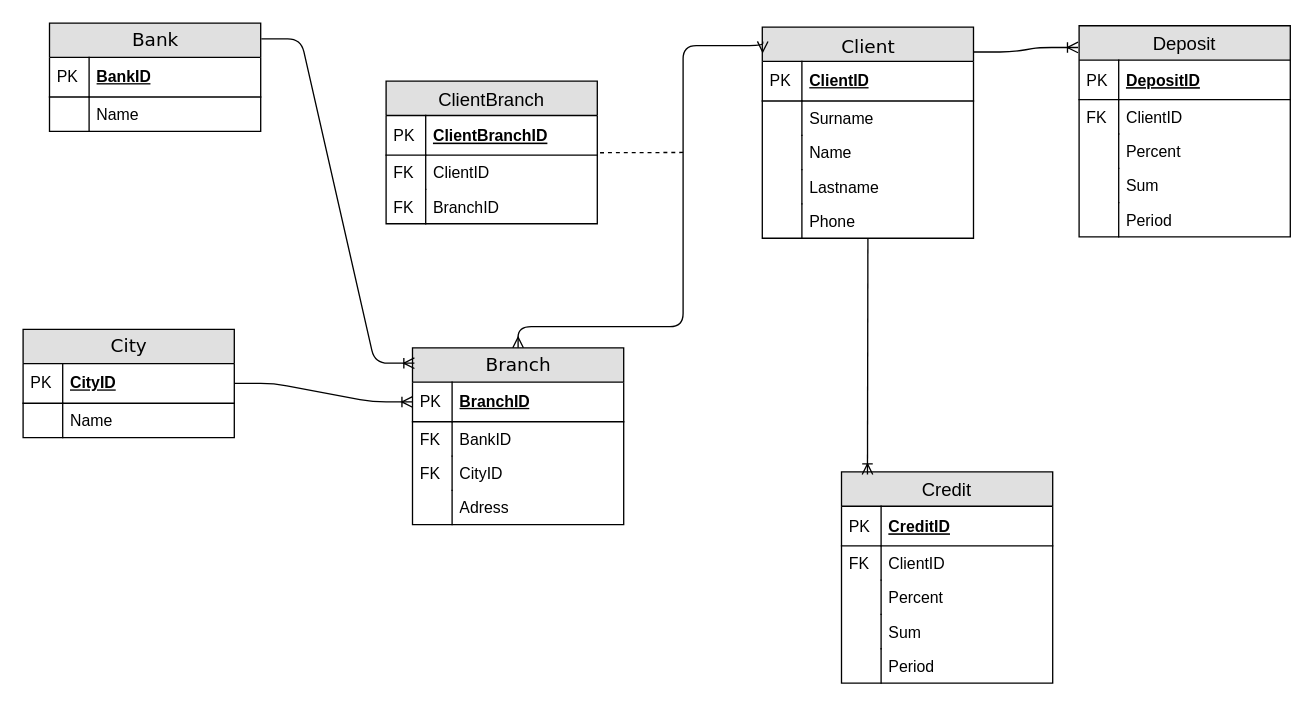
duxa2089/entity-relationship-model keeps this draw.io diagram as Untitled Diagram.drawio. Above is the earlier version. Source tidied: cells renumbered, new cells numbered last; positions are measured from the earlier drawing's top-left corner, leaving out a move shared by most shapes. Both pictures are drawn from the tidied source at 132%, with x=0, y=0 at pixel (22, 22).
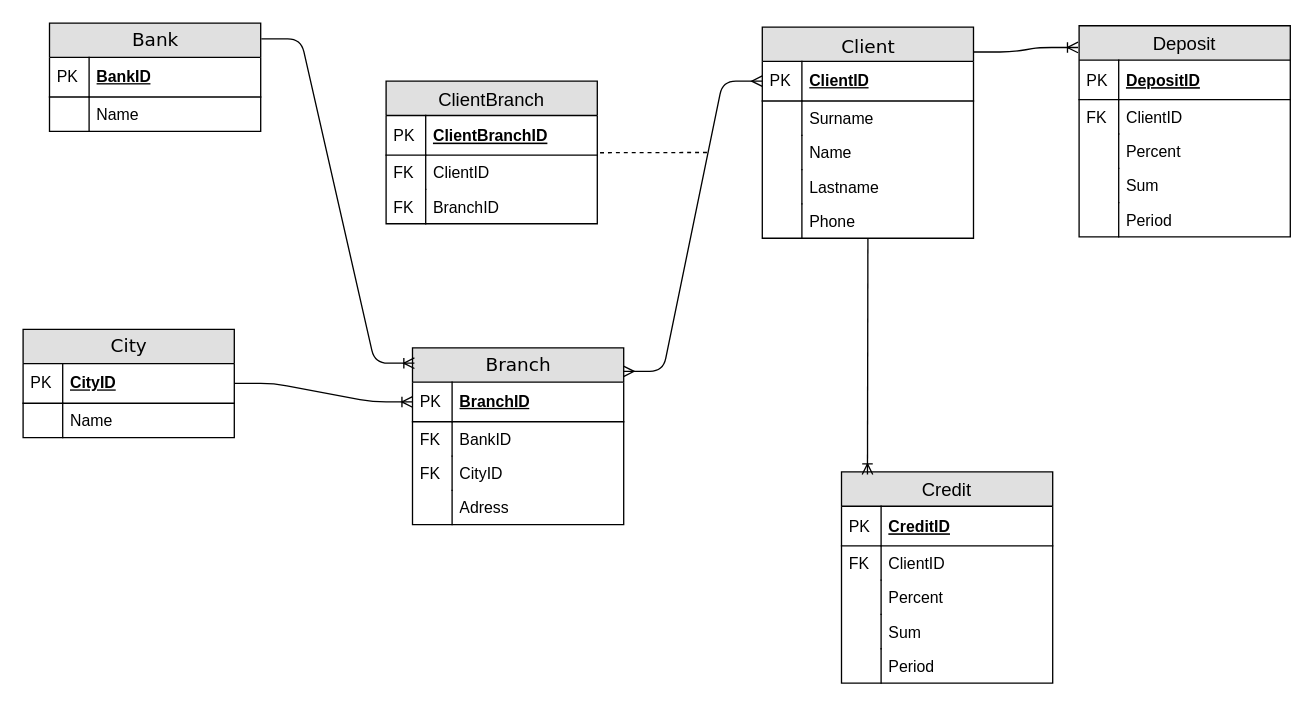
Above is the later version.

Unchanged cells that the change refers to:
```xml
<mxCell id="2" value="Client" style="swimlane;html=1;fontStyle=0;horizontal=1;startSize=26;fillColor=#e0e0e0;swimlaneFillColor=#ffffff;align=center;rounded=0;shadow=0;comic=0;labelBackgroundColor=none;strokeColor=#000000;strokeWidth=1;fontFamily=Verdana;fontSize=14;fontColor=#000000;swimlaneLine=1;verticalAlign=top;" parent="1" vertex="1">
  <mxGeometry x="560" y="3" width="160" height="160" as="geometry" />
</mxCell>
<mxCell id="3" value="ClientID" style="shape=partialRectangle;top=0;left=0;right=0;bottom=1;html=1;align=left;verticalAlign=middle;fillColor=none;spacingLeft=34;spacingRight=4;whiteSpace=wrap;overflow=hidden;points=[[0,0.5],[1,0.5]];portConstraint=eastwest;fontStyle=5;" parent="2" vertex="1">
  <mxGeometry y="26" width="160" height="30" as="geometry" />
</mxCell>
<mxCell id="18" value="Branch" style="swimlane;html=1;fontStyle=0;horizontal=1;startSize=26;fillColor=#e0e0e0;swimlaneFillColor=#ffffff;align=center;rounded=0;shadow=0;comic=0;labelBackgroundColor=none;strokeColor=#000000;strokeWidth=1;fontFamily=Verdana;fontSize=14;fontColor=#000000;" parent="1" vertex="1">
  <mxGeometry x="295" y="246" width="160" height="134" as="geometry" />
</mxCell>
<mxCell id="60" value="ClientID" style="shape=partialRectangle;top=0;left=0;right=0;bottom=0;align=left;verticalAlign=top;fillColor=none;spacingLeft=34;spacingRight=4;overflow=hidden;points=[[0,0.5],[1,0.5]];portConstraint=eastwest;fontSize=12;" parent="57" vertex="1">
  <mxGeometry y="56" width="160" height="26" as="geometry" />
</mxCell>
```

The edit, as a diff of the source:
```diff
@@
-    <mxCell id="65" style="edgeStyle=orthogonalEdgeStyle;fontSize=12;html=1;endArrow=ERmany;startArrow=ERmany;entryX=0.002;entryY=0.068;entryDx=0;entryDy=0;entryPerimeter=0;exitX=0.5;exitY=0;exitDx=0;exitDy=0;" parent="1" edge="1" source="18" target="2">
-      <mxGeometry relative="1" as="geometry">
-        <Array as="points">
-          <mxPoint x="375" y="230" />
-          <mxPoint x="500" y="230" />
-          <mxPoint x="500" y="17" />
-        </Array>
-      </mxGeometry>
-    </mxCell>
     <mxCell id="66" style="fontSize=12;html=1;endArrow=none;dashed=1;endFill=0;exitX=1.013;exitY=-0.069;exitDx=0;exitDy=0;exitPerimeter=0;" parent="1" edge="1" source="60">
       <mxGeometry relative="1" as="geometry">
-        <mxPoint x="500" y="98" as="targetPoint" />
+        <mxPoint x="520" y="98" as="targetPoint" />
       </mxGeometry>
     </mxCell>
+    <mxCell id="67" style="edgeStyle=entityRelationEdgeStyle;fontSize=12;html=1;endArrow=ERmany;startArrow=ERmany;entryX=0;entryY=0.5;entryDx=0;entryDy=0;exitX=0.999;exitY=0.133;exitDx=0;exitDy=0;exitPerimeter=0;" parent="1" edge="1" source="18" target="3">
+      <mxGeometry relative="1" as="geometry" />
+    </mxCell>
```
